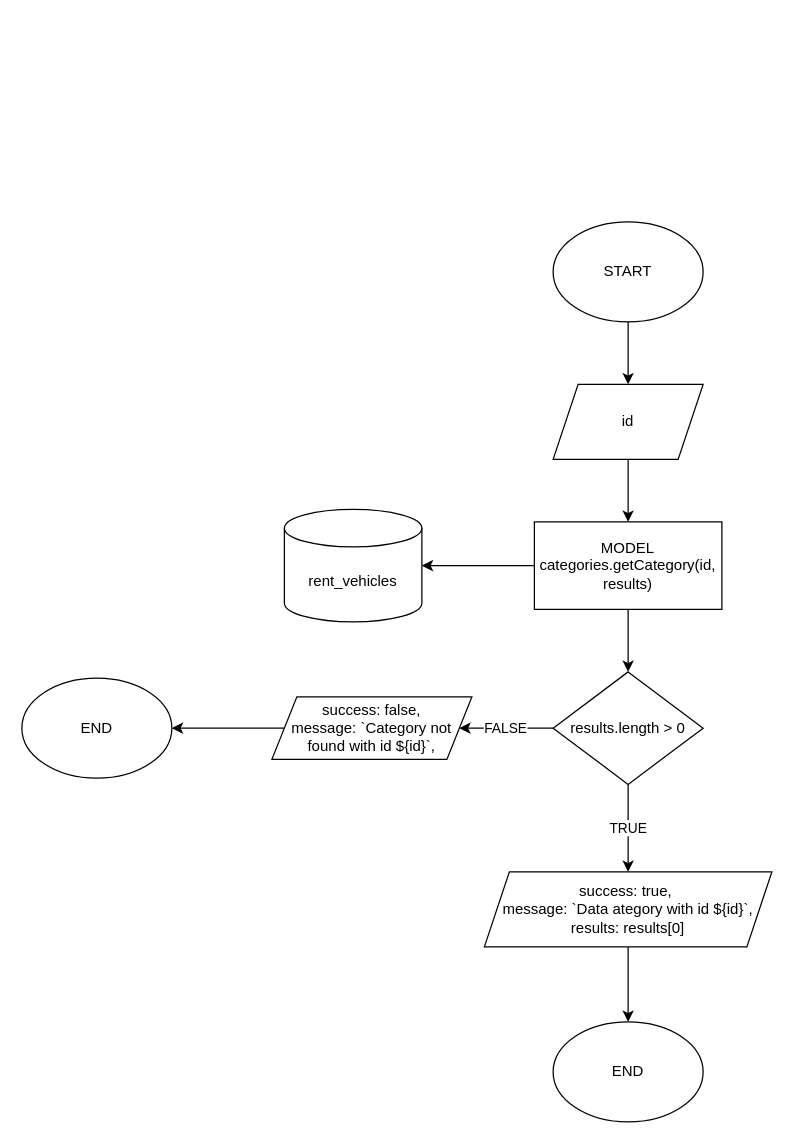
Earlier version of the draw.io diagram page "category by id" (3 of 6) of flowchart&ERD/categories.drawio (rintosaputro/fw5-backend-beginner). Source tidied: cells renumbered, new cells numbered last; positions are measured from the earlier drawing's top-left corner, leaving out a move shared by most shapes. Both pictures are drawn from the tidied source at 125%, with x=0, y=0 at pixel (21, 221).
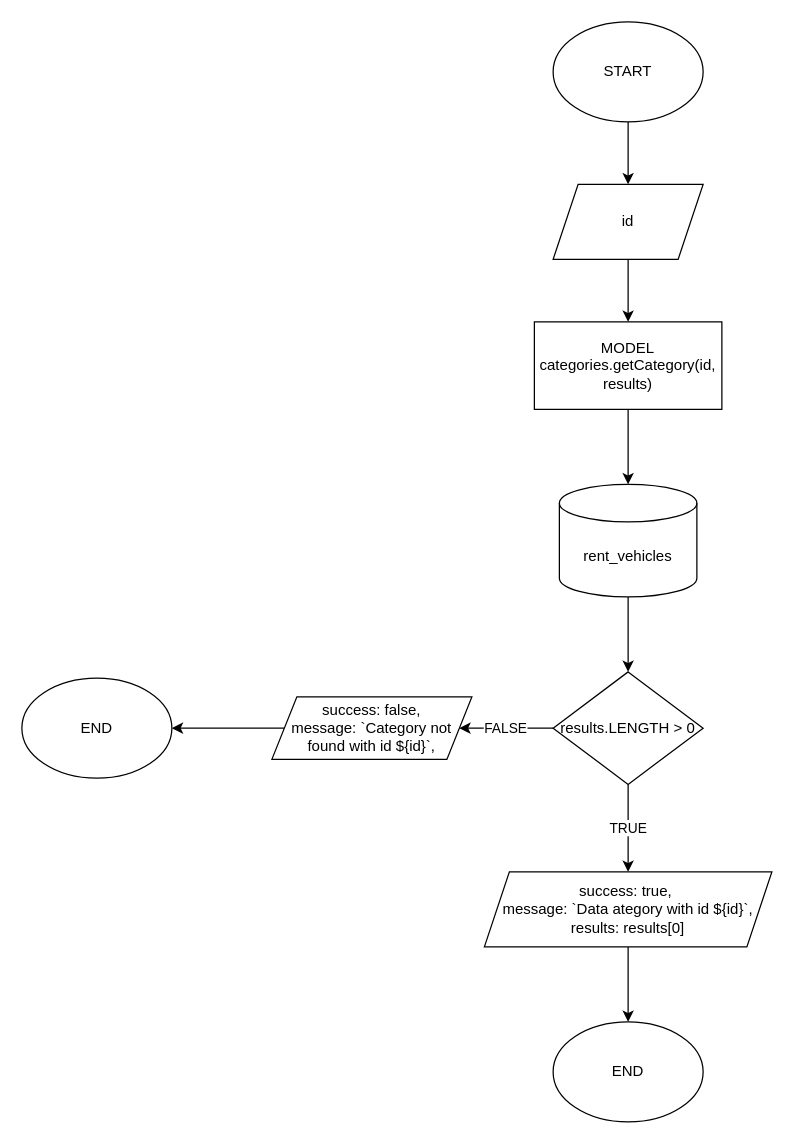
The same page after the edit.

Change to the diagram source:
```diff
@@
 <mxGraphModel>
   <root>
     <mxCell id="0" />
     <mxCell id="1" parent="0" />
     <mxCell id="2" style="edgeStyle=orthogonalEdgeStyle;rounded=0;jettySize=auto;html=1;" parent="1" edge="1" source="3" target="5">
       <mxGeometry relative="1" as="geometry" />
     </mxCell>
     <mxCell id="3" value="START" style="ellipse;whiteSpace=wrap;html=1;" parent="1" vertex="1">
-      <mxGeometry x="425" width="120" height="80" as="geometry" />
+      <mxGeometry x="425" y="-160" width="120" height="80" as="geometry" />
     </mxCell>
     <mxCell id="4" style="edgeStyle=orthogonalEdgeStyle;rounded=0;jettySize=auto;html=1;" parent="1" edge="1" source="5" target="8">
       <mxGeometry relative="1" as="geometry" />
     </mxCell>
     <mxCell id="5" value="id" style="shape=parallelogram;perimeter=parallelogramPerimeter;whiteSpace=wrap;html=1;fixedSize=1;" parent="1" vertex="1">
-      <mxGeometry x="425" y="130" width="120" height="60" as="geometry" />
+      <mxGeometry x="425" y="-30" width="120" height="60" as="geometry" />
     </mxCell>
     <mxCell id="6" style="edgeStyle=orthogonalEdgeStyle;rounded=0;jettySize=auto;html=1;" parent="1" edge="1" source="8" target="9">
       <mxGeometry relative="1" as="geometry" />
     </mxCell>
-    <mxCell id="7" style="edgeStyle=orthogonalEdgeStyle;rounded=0;jettySize=auto;html=1;" parent="1" edge="1" source="8" target="12">
-      <mxGeometry relative="1" as="geometry" />
-    </mxCell>
     <mxCell id="8" value="MODEL&lt;br&gt;categories.getCategory(id, results)" style="rounded=0;whiteSpace=wrap;html=1;" parent="1" vertex="1">
-      <mxGeometry x="410" y="240" width="150" height="70" as="geometry" />
+      <mxGeometry x="410" y="80" width="150" height="70" as="geometry" />
     </mxCell>
+    <mxCell id="19" style="edgeStyle=orthogonalEdgeStyle;rounded=0;jettySize=auto;html=1;" parent="1" edge="1" source="9" target="12">
+      <mxGeometry relative="1" as="geometry" />
+    </mxCell>
     <mxCell id="9" value="rent_vehicles" style="shape=cylinder3;whiteSpace=wrap;html=1;boundedLbl=1;backgroundOutline=1;size=15;" parent="1" vertex="1">
-      <mxGeometry x="210" y="230" width="110" height="90" as="geometry" />
+      <mxGeometry x="430" y="210" width="110" height="90" as="geometry" />
     </mxCell>
     <mxCell id="10" value="FALSE" style="edgeStyle=orthogonalEdgeStyle;rounded=0;jettySize=auto;html=1;" parent="1" edge="1" source="12" target="14">
       <mxGeometry relative="1" as="geometry" />
     </mxCell>
     <mxCell id="11" value="TRUE" style="edgeStyle=orthogonalEdgeStyle;rounded=0;jettySize=auto;html=1;" parent="1" edge="1" source="12" target="17">
       <mxGeometry relative="1" as="geometry" />
     </mxCell>
-    <mxCell id="12" value="results.length &amp;gt; 0" style="rhombus;whiteSpace=wrap;html=1;" parent="1" vertex="1">
+    <mxCell id="12" value="results.LENGTH &amp;gt; 0" style="rhombus;whiteSpace=wrap;html=1;" parent="1" vertex="1">
       <mxGeometry x="425" y="360" width="120" height="90" as="geometry" />
     </mxCell>
     <mxCell id="13" style="edgeStyle=orthogonalEdgeStyle;rounded=0;jettySize=auto;html=1;" parent="1" edge="1" source="14" target="15">
       <mxGeometry relative="1" as="geometry" />
     </mxCell>
     <mxCell id="14" value="success: false,&lt;br&gt;message: `Category not found with id ${id}`," style="shape=parallelogram;perimeter=parallelogramPerimeter;whiteSpace=wrap;html=1;fixedSize=1;" parent="1" vertex="1">
       <mxGeometry x="200" y="380" width="160" height="50" as="geometry" />
     </mxCell>
     <mxCell id="15" value="END" style="ellipse;whiteSpace=wrap;html=1;" parent="1" vertex="1">
       <mxGeometry y="365" width="120" height="80" as="geometry" />
     </mxCell>
     <mxCell id="16" style="edgeStyle=orthogonalEdgeStyle;rounded=0;jettySize=auto;html=1;" parent="1" edge="1" source="17" target="18">
       <mxGeometry relative="1" as="geometry" />
     </mxCell>
     <mxCell id="17" value="success: true,&amp;nbsp;&lt;br&gt;message: `Data ategory with id ${id}`,&lt;br&gt;results: results[0]" style="shape=parallelogram;perimeter=parallelogramPerimeter;whiteSpace=wrap;html=1;fixedSize=1;" parent="1" vertex="1">
       <mxGeometry x="370" y="520" width="230" height="60" as="geometry" />
     </mxCell>
     <mxCell id="18" value="END" style="ellipse;whiteSpace=wrap;html=1;" parent="1" vertex="1">
       <mxGeometry x="425" y="640" width="120" height="80" as="geometry" />
     </mxCell>
   </root>
 </mxGraphModel>
```
